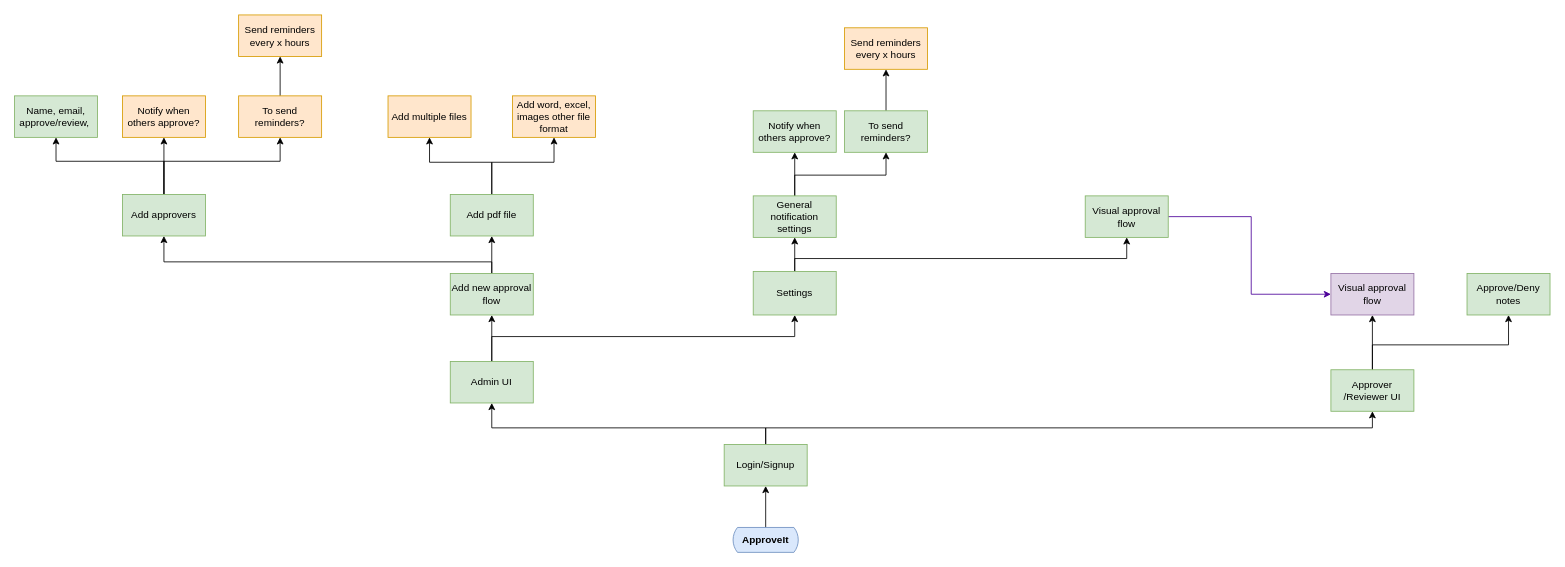
Before: Flows/Feature Flow.drawio in Valquest/ApproveIt, a draw.io diagram. Source tidied: cells renumbered, new cells numbered last; positions are measured from the earlier drawing's top-left corner, leaving out a move shared by most shapes. Both pictures are drawn from the tidied source at 83%, with x=0, y=0 at pixel (14, 14).
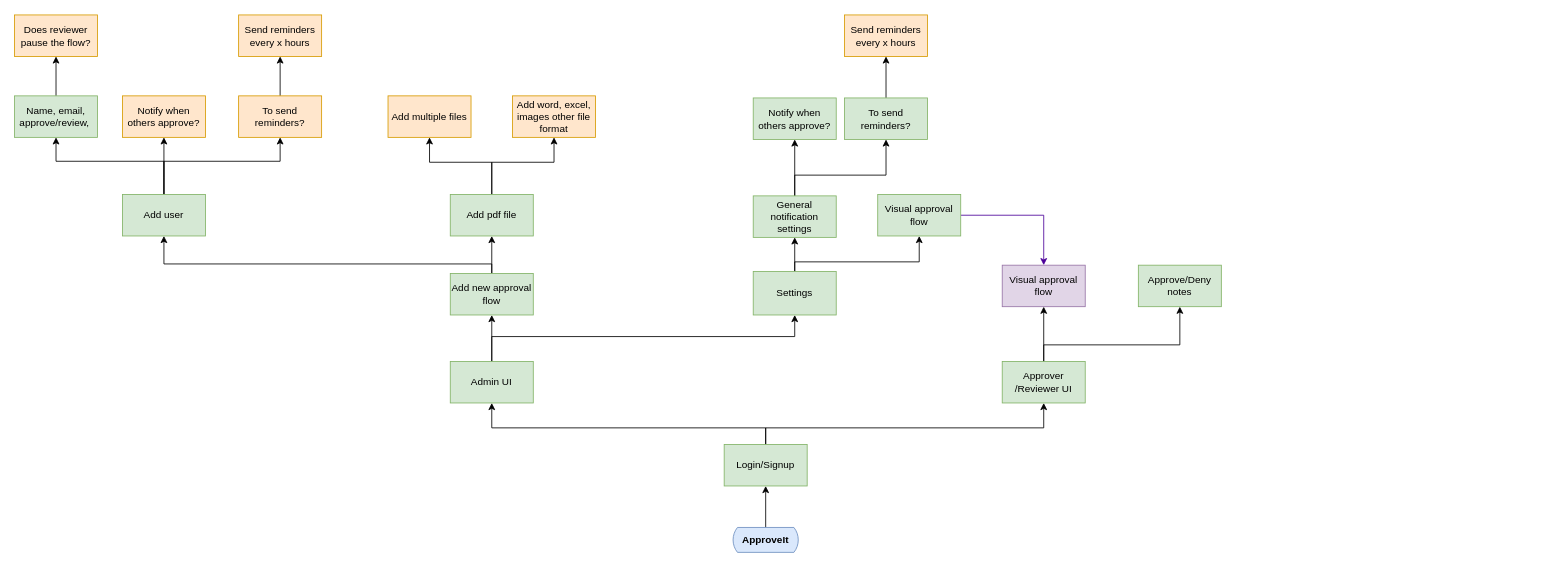
Above is the later version.

The change refers to these unchanged cells:
```xml
<mxCell id="12" value="Add new approval flow" style="html=1;dashed=0;whiteSpace=wrap;fillColor=#d5e8d4;strokeColor=#82b366;" parent="1" vertex="1">
  <mxGeometry x="525" y="312" width="100" height="50" as="geometry" />
</mxCell>
<mxCell id="22" value="Settings" style="html=1;dashed=0;whiteSpace=wrap;fillColor=#d5e8d4;strokeColor=#82b366;" parent="1" vertex="1">
  <mxGeometry x="890" y="309.5" width="100" height="52.5" as="geometry" />
</mxCell>
<mxCell id="27" value="Name, email, approve/review,&amp;nbsp;" style="html=1;dashed=0;whiteSpace=wrap;fillColor=#d5e8d4;strokeColor=#82b366;" parent="1" vertex="1">
  <mxGeometry y="98" width="100" height="50" as="geometry" />
</mxCell>
<mxCell id="40" value="Login/Signup" style="html=1;dashed=0;whiteSpace=wrap;fillColor=#d5e8d4;strokeColor=#82b366;" parent="1" vertex="1">
  <mxGeometry x="855" y="518" width="100" height="50" as="geometry" />
</mxCell>
```

What changed in the source:
```diff
@@
-    <mxCell id="5" value="Add approvers" style="html=1;dashed=0;whiteSpace=wrap;fillColor=#d5e8d4;strokeColor=#82b366;" parent="1" vertex="1">
+    <mxCell id="5" value="Add user" style="html=1;dashed=0;whiteSpace=wrap;fillColor=#d5e8d4;strokeColor=#82b366;" parent="1" vertex="1">
       <mxGeometry x="130" y="216.8" width="100" height="50" as="geometry" />
     </mxCell>
@@
     <mxCell id="10" style="edgeStyle=orthogonalEdgeStyle;rounded=0;jettySize=auto;html=1;entryX=0.5;entryY=1;entryDx=0;entryDy=0;" parent="1" edge="1" source="12" target="5">
       <mxGeometry relative="1" as="geometry">
         <Array as="points">
-          <mxPoint x="575" y="298" />
-          <mxPoint x="180" y="298" />
+          <mxPoint x="575" y="300.5" />
+          <mxPoint x="180" y="300.5" />
         </Array>
       </mxGeometry>
     </mxCell>
@@
     <mxCell id="16" value="Notify when others approve?" style="html=1;dashed=0;whiteSpace=wrap;fillColor=#d5e8d4;strokeColor=#82b366;" parent="1" vertex="1">
-      <mxGeometry x="890" y="116" width="100" height="50" as="geometry" />
+      <mxGeometry x="890" y="100.5" width="100" height="50" as="geometry" />
     </mxCell>
@@
     <mxCell id="18" value="To send reminders?" style="html=1;dashed=0;whiteSpace=wrap;fillColor=#d5e8d4;strokeColor=#82b366;" parent="1" vertex="1">
-      <mxGeometry x="1000" y="116" width="100" height="50" as="geometry" />
+      <mxGeometry x="1000" y="100.5" width="100" height="50" as="geometry" />
     </mxCell>
     <mxCell id="19" style="edgeStyle=orthogonalEdgeStyle;rounded=0;jettySize=auto;html=1;entryX=0.5;entryY=1;entryDx=0;entryDy=0;exitX=0.5;exitY=0;exitDx=0;exitDy=0;" parent="1" edge="1" source="42" target="28">
       <mxGeometry relative="1" as="geometry">
         <Array as="points">
-          <mxPoint x="1636" y="398" />
-          <mxPoint x="1800" y="398" />
+          <mxPoint x="1240" y="398" />
+          <mxPoint x="1404" y="398" />
         </Array>
       </mxGeometry>
     </mxCell>
@@
     <mxCell id="21" style="edgeStyle=orthogonalEdgeStyle;rounded=0;jettySize=auto;html=1;entryX=0.5;entryY=1;entryDx=0;entryDy=0;exitX=0.5;exitY=0;exitDx=0;exitDy=0;" parent="1" edge="1" source="22" target="32">
       <mxGeometry relative="1" as="geometry">
         <Array as="points">
-          <mxPoint x="940" y="294" />
-          <mxPoint x="1340" y="294" />
+          <mxPoint x="940" y="298" />
+          <mxPoint x="1090" y="298" />
         </Array>
       </mxGeometry>
     </mxCell>
@@
+    <mxCell id="44" style="edgeStyle=orthogonalEdgeStyle;rounded=0;jettySize=auto;html=1;" parent="1" edge="1" source="27" target="45">
+      <mxGeometry relative="1" as="geometry" />
+    </mxCell>
@@
     <mxCell id="28" value="Approve/Deny notes" style="html=1;dashed=0;whiteSpace=wrap;fillColor=#d5e8d4;strokeColor=#82b366;" parent="1" vertex="1">
-      <mxGeometry x="1750" y="312" width="100" height="50" as="geometry" />
+      <mxGeometry x="1354" y="302" width="100" height="50" as="geometry" />
     </mxCell>
@@
-    <mxCell id="31" style="edgeStyle=orthogonalEdgeStyle;rounded=0;jettySize=auto;html=1;entryX=0;entryY=0.5;entryDx=0;entryDy=0;strokeColor=#4C0099;" parent="1" edge="1" source="32" target="43">
+    <mxCell id="31" style="edgeStyle=orthogonalEdgeStyle;rounded=0;jettySize=auto;html=1;entryX=0.5;entryY=0;entryDx=0;entryDy=0;strokeColor=#4C0099;exitX=1;exitY=0.5;exitDx=0;exitDy=0;" parent="1" edge="1" source="32" target="43">
       <mxGeometry relative="1" as="geometry">
         <Array as="points">
-          <mxPoint x="1490" y="244" />
-          <mxPoint x="1490" y="337" />
+          <mxPoint x="1240" y="242" />
         </Array>
       </mxGeometry>
     </mxCell>
     <mxCell id="32" value="Visual approval flow" style="html=1;dashed=0;whiteSpace=wrap;fillColor=#d5e8d4;strokeColor=#82b366;" parent="1" vertex="1">
-      <mxGeometry x="1290" y="218.5" width="100" height="50" as="geometry" />
+      <mxGeometry x="1040" y="216.8" width="100" height="50" as="geometry" />
     </mxCell>
@@
     <mxCell id="36" value="Send reminders every x hours" style="html=1;dashed=0;whiteSpace=wrap;fillColor=#ffe6cc;strokeColor=#d79b00;" parent="1" vertex="1">
-      <mxGeometry x="1000" y="16" width="100" height="50" as="geometry" />
+      <mxGeometry x="1000" y="0.5" width="100" height="50" as="geometry" />
     </mxCell>
@@
     <mxCell id="39" style="edgeStyle=orthogonalEdgeStyle;rounded=0;jettySize=auto;html=1;entryX=0.5;entryY=1;entryDx=0;entryDy=0;" parent="1" edge="1" source="40" target="42">
       <mxGeometry relative="1" as="geometry">
         <Array as="points">
           <mxPoint x="905" y="498" />
-          <mxPoint x="1636" y="498" />
+          <mxPoint x="1240" y="498" />
         </Array>
       </mxGeometry>
     </mxCell>
@@
     <mxCell id="42" value="Approver /Reviewer UI" style="html=1;dashed=0;whiteSpace=wrap;fillColor=#d5e8d4;strokeColor=#82b366;" parent="1" vertex="1">
-      <mxGeometry x="1586" y="428" width="100" height="50" as="geometry" />
+      <mxGeometry x="1190" y="418" width="100" height="50" as="geometry" />
     </mxCell>
     <mxCell id="43" value="Visual approval flow" style="html=1;dashed=0;whiteSpace=wrap;fillColor=#e1d5e7;strokeColor=#9673a6;" parent="1" vertex="1">
-      <mxGeometry x="1586" y="312" width="100" height="50" as="geometry" />
+      <mxGeometry x="1190" y="302" width="100" height="50" as="geometry" />
     </mxCell>
+    <mxCell id="45" value="Does reviewer pause the flow?" style="html=1;dashed=0;whiteSpace=wrap;fillColor=#ffe6cc;strokeColor=#d79b00;" parent="1" vertex="1">
+      <mxGeometry y="0.5" width="100" height="50" as="geometry" />
+    </mxCell>
```
